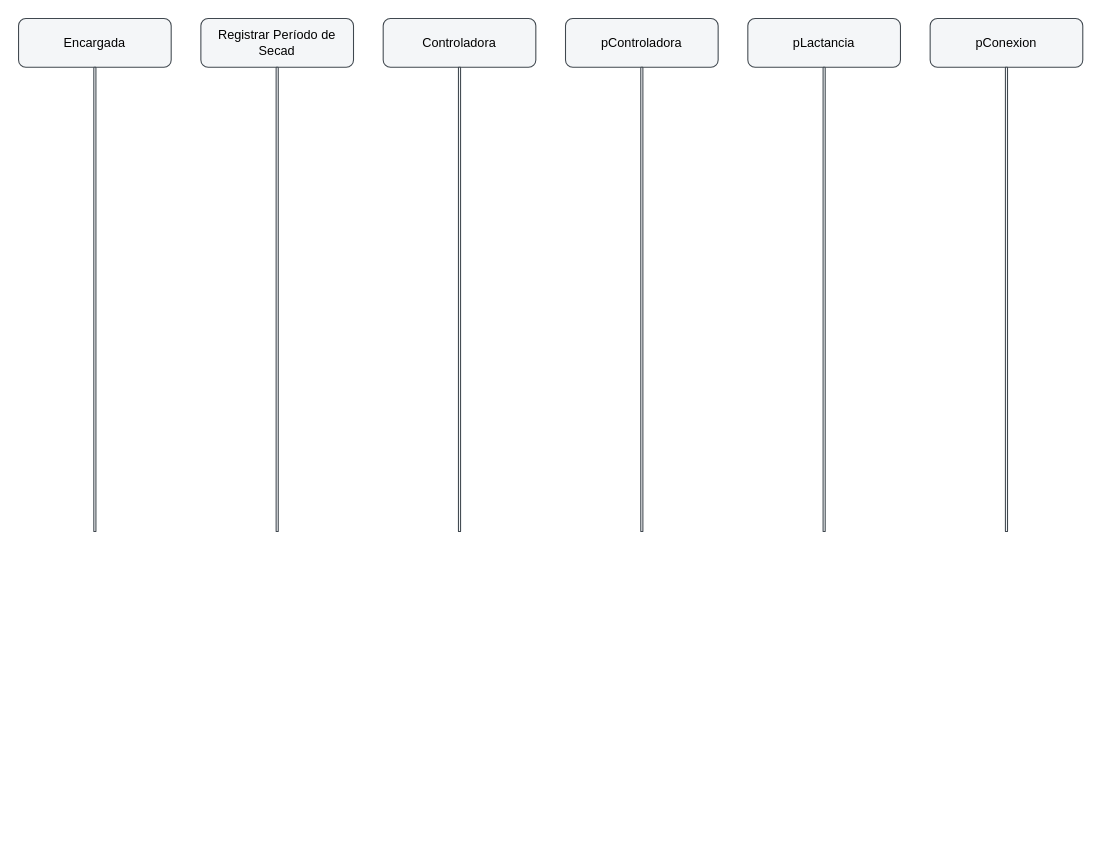
This is docs/diagramas/secuencia/secuencia-cu16.drawio from santinodelmonte/Tesis, a draw.io file, before an edit. Source tidied: cells renumbered, new cells numbered last; positions are measured from the earlier drawing's top-left corner, leaving out a move shared by most shapes. Both pictures are drawn from the tidied source at 106%, with x=0, y=0 at pixel (18, 18).
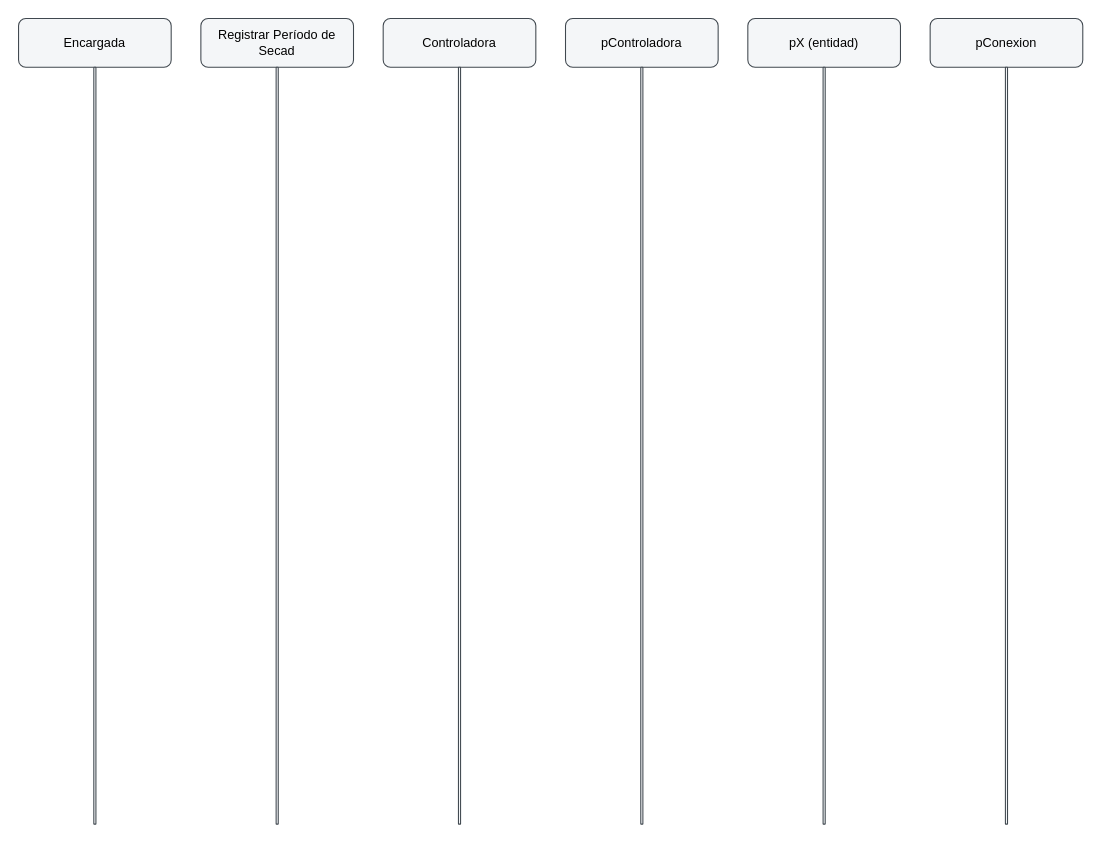
The same diagram, later.

The edit, as a diff of the source:
```diff
@@
 <mxGraphModel>
   <root>
     <mxCell id="0" />
     <mxCell id="1" parent="0" />
     <mxCell id="2" value="Encargada" style="rounded=1;whiteSpace=wrap;html=1;fillColor=#f4f6f8;strokeColor=#40484f;" parent="1" vertex="1">
       <mxGeometry width="144" height="46" as="geometry" />
     </mxCell>
     <mxCell id="3" style="rounded=1;whiteSpace=wrap;html=1;fillColor=#f4f6f8;strokeColor=#40484f;" parent="1" vertex="1">
-      <mxGeometry x="71" y="46" width="2" height="438" as="geometry" />
+      <mxGeometry x="71" y="46" width="2" height="714" as="geometry" />
     </mxCell>
     <mxCell id="4" value="Registrar Período de Secad" style="rounded=1;whiteSpace=wrap;html=1;fillColor=#f4f6f8;strokeColor=#40484f;" parent="1" vertex="1">
       <mxGeometry x="172" width="144" height="46" as="geometry" />
     </mxCell>
     <mxCell id="5" style="rounded=1;whiteSpace=wrap;html=1;fillColor=#f4f6f8;strokeColor=#40484f;" parent="1" vertex="1">
-      <mxGeometry x="243" y="46" width="2" height="438" as="geometry" />
+      <mxGeometry x="243" y="46" width="2" height="714" as="geometry" />
     </mxCell>
     <mxCell id="6" value="Controladora" style="rounded=1;whiteSpace=wrap;html=1;fillColor=#f4f6f8;strokeColor=#40484f;" parent="1" vertex="1">
       <mxGeometry x="344" width="144" height="46" as="geometry" />
     </mxCell>
     <mxCell id="7" style="rounded=1;whiteSpace=wrap;html=1;fillColor=#f4f6f8;strokeColor=#40484f;" parent="1" vertex="1">
-      <mxGeometry x="415" y="46" width="2" height="438" as="geometry" />
+      <mxGeometry x="415" y="46" width="2" height="714" as="geometry" />
     </mxCell>
     <mxCell id="8" value="pControladora" style="rounded=1;whiteSpace=wrap;html=1;fillColor=#f4f6f8;strokeColor=#40484f;" parent="1" vertex="1">
       <mxGeometry x="516" width="144" height="46" as="geometry" />
     </mxCell>
     <mxCell id="9" style="rounded=1;whiteSpace=wrap;html=1;fillColor=#f4f6f8;strokeColor=#40484f;" parent="1" vertex="1">
-      <mxGeometry x="587" y="46" width="2" height="438" as="geometry" />
+      <mxGeometry x="587" y="46" width="2" height="714" as="geometry" />
     </mxCell>
-    <mxCell id="10" value="pLactancia" style="rounded=1;whiteSpace=wrap;html=1;fillColor=#f4f6f8;strokeColor=#40484f;" parent="1" vertex="1">
+    <mxCell id="10" value="pX (entidad)" style="rounded=1;whiteSpace=wrap;html=1;fillColor=#f4f6f8;strokeColor=#40484f;" parent="1" vertex="1">
       <mxGeometry x="688" width="144" height="46" as="geometry" />
     </mxCell>
     <mxCell id="11" style="rounded=1;whiteSpace=wrap;html=1;fillColor=#f4f6f8;strokeColor=#40484f;" parent="1" vertex="1">
-      <mxGeometry x="759" y="46" width="2" height="438" as="geometry" />
+      <mxGeometry x="759" y="46" width="2" height="714" as="geometry" />
     </mxCell>
     <mxCell id="12" value="pConexion" style="rounded=1;whiteSpace=wrap;html=1;fillColor=#f4f6f8;strokeColor=#40484f;" parent="1" vertex="1">
       <mxGeometry x="860" width="144" height="46" as="geometry" />
     </mxCell>
     <mxCell id="13" style="rounded=1;whiteSpace=wrap;html=1;fillColor=#f4f6f8;strokeColor=#40484f;" parent="1" vertex="1">
-      <mxGeometry x="931" y="46" width="2" height="438" as="geometry" />
+      <mxGeometry x="931" y="46" width="2" height="714" as="geometry" />
     </mxCell>
   </root>
 </mxGraphModel>
```
